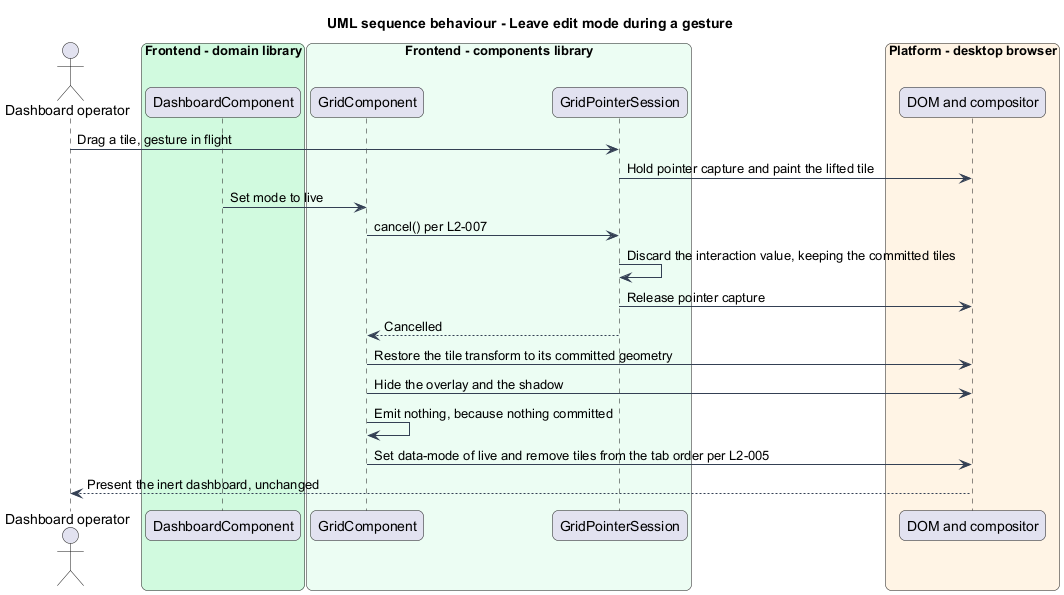
Earlier version of the PlantUML export docs/detailed-designs/tile-interaction/switch-grid-mode/diagrams/sequence-leave-edit-mid-gesture.png (QuinntyneBrown/qbc-grid). Its diagram source:
```plantuml
@startuml
title UML sequence behaviour - Leave edit mode during a gesture
skinparam backgroundColor #FFFFFF
skinparam shadowing false
skinparam roundcorner 12
skinparam defaultFontName Arial
skinparam ArrowColor #344054
skinparam rectangle {
  BorderColor #344054
  FontColor #101828
}
skinparam package {
  BorderColor #667085
  FontColor #101828
  BackgroundColor #F9FAFB
}
actor "Dashboard operator" as actor
box "Frontend - domain library" #D1FADF
  participant "DashboardComponent" as dashboard
end box
box "Frontend - components library" #ECFDF3
  participant "GridComponent" as grid
  participant "GridPointerSession" as session
end box
box "Platform - desktop browser" #FFF4E5
  participant "DOM and compositor" as dom
end box

actor -> session : Drag a tile, gesture in flight
session -> dom : Hold pointer capture and paint the lifted tile
dashboard -> grid : Set mode to live
grid -> session : cancel() per L2-007
session -> session : Discard the interaction value, keeping the committed tiles
session -> dom : Release pointer capture
session --> grid : Cancelled
grid -> dom : Restore the tile transform to its committed geometry
grid -> dom : Hide the overlay and the shadow
grid -> grid : Emit nothing, because nothing committed
grid -> dom : Set data-mode of live and remove tiles from the tab order per L2-005
dom --> actor : Present the inert dashboard, unchanged
@enduml
```
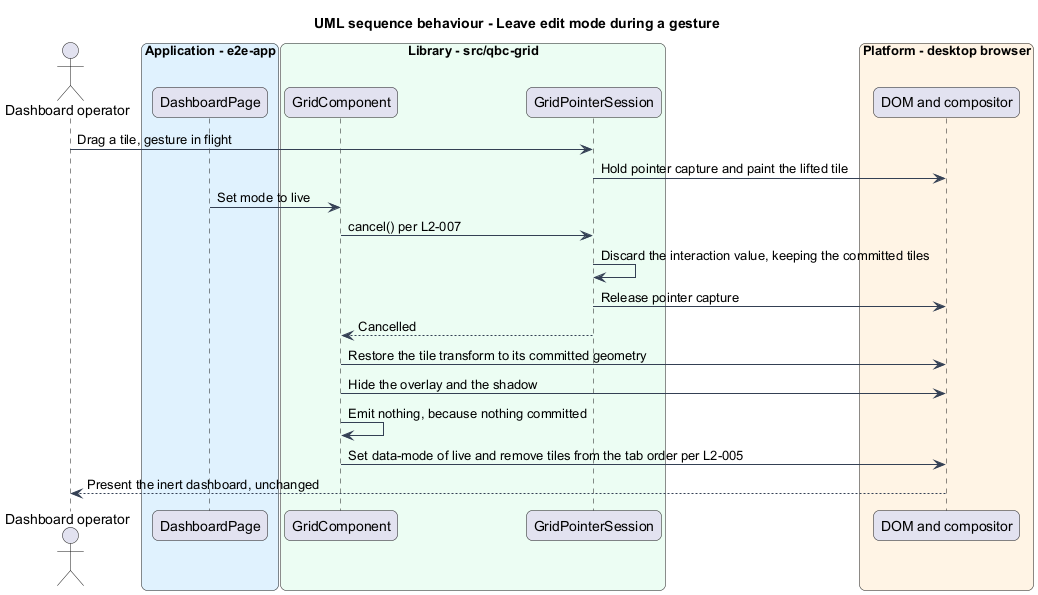
After the change.

What changed in the source:
```diff
@@ -15,10 +15,10 @@
   BackgroundColor #F9FAFB
 }
 actor "Dashboard operator" as actor
-box "Frontend - domain library" #D1FADF
-  participant "DashboardComponent" as dashboard
+box "Application - e2e-app" #E0F2FE
+  participant "DashboardPage" as dashboard
 end box
-box "Frontend - components library" #ECFDF3
+box "Library - src/qbc-grid" #ECFDF3
   participant "GridComponent" as grid
   participant "GridPointerSession" as session
 end box
```
